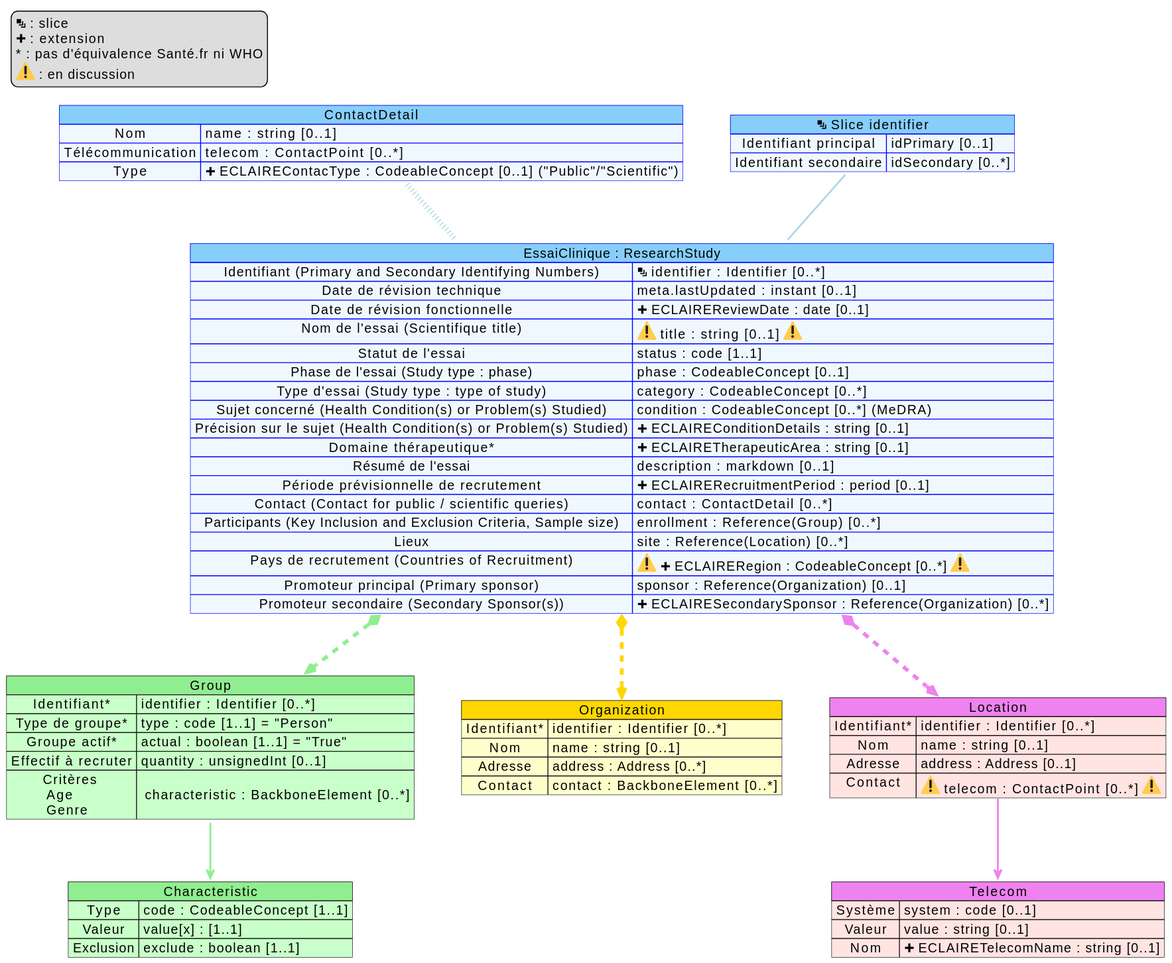
Before: out/input/images-source/mapping/mappingResearchStudy.svg, a diagram exported from PlantUML (ansforge/essais-cliniques). The source it was exported from:
```plantuml
@startuml
map "ContactDetail" as Contact #back:AliceBlue;header:LightSkyBlue;line:blue {
    Nom => name :  string [0..1]
    Télécommunication => telecom :  ContactPoint [0..*]
    Type => <&plus> ECLAIREContacType :  CodeableConcept [0..1] ("Public"/"Scientific")
}

map "<&layers> Slice identifier" as slice_identifier #back:AliceBlue;header:LightSkyBlue;line:blue {
    Identifiant principal => idPrimary [0..1]
    Identifiant secondaire => idSecondary [0..*]
}

map "Group" as Group #back:TECHNOLOGY;header:LightGreen {
    Identifiant* => identifier : Identifier [0..*]
    Type de groupe* => type : code [1..1] = "Person"
    Groupe actif* => actual : boolean [1..1] = "True"
    Effectif à recruter => quantity : unsignedInt [0..1]
    Critères \n Age \n Genre => \n characteristic : BackboneElement [0..*]
}

map "Characteristic" as Characteristic #back:TECHNOLOGY;header:LightGreen {
    Type  => code : CodeableConcept [1..1]
    Valeur => value[x] : [1..1]
    Exclusion => exclude : boolean [1..1]
}

map "Organization" as Organization #back:BUSINESS;header:Gold {
    Identifiant* => identifier : Identifier [0..*]
    Nom => name : string [0..1]
    Adresse => address : Address [0..*]
    Contact => contact : BackboneElement [0..*]
}

map "Location" as Location #back:MistyRose;header:Violet {
    Identifiant* => identifier : Identifier [0..*]
    Nom => name : string [0..1]
    Adresse => address : Address [0..1]
    Contact => <:warning:> telecom : ContactPoint [0..*] <:warning:>
}

map "Telecom" as Telecom #back:MistyRose;header:Violet {
    Système  => system : code [0..1]
    Valeur => value : string [0..1]
    Nom => <&plus> ECLAIRETelecomName : string [0..1]
}

map "EssaiClinique : ResearchStudy" as RS #back:AliceBlue;header:LightSkyBlue;line:blue {
    Identifiant (Primary and Secondary Identifying Numbers) => <&layers> identifier : Identifier [0..*]
    Date de révision technique => meta.lastUpdated : instant [0..1]
    Date de révision fonctionnelle => <&plus> ECLAIREReviewDate : date [0..1]
    Nom de l'essai (Scientifique title) => <:warning:> title : string [0..1] <:warning:>
    Statut de l'essai => status : code [1..1]
    Phase de l'essai (Study type : phase) => phase : CodeableConcept [0..1]
    Type d'essai (Study type : type of study) => category : CodeableConcept [0..*]
    Sujet concerné (Health Condition(s) or Problem(s) Studied) => condition : CodeableConcept [0..*] (MeDRA)
    Précision sur le sujet (Health Condition(s)  or  Problem(s) Studied) => <&plus> ECLAIREConditionDetails : string [0..1]
    Domaine thérapeutique* => <&plus> ECLAIRETherapeuticArea : string [0..1]
    Résumé de l'essai => description : markdown [0..1]
    Période prévisionnelle de recrutement => <&plus> ECLAIRERecruitmentPeriod : period [0..1]
    Contact (Contact for public / scientific queries) => contact : ContactDetail [0..*]
    Participants (Key Inclusion and Exclusion Criteria, Sample size) => enrollment : Reference(Group) [0..*]
    Lieux => site : Reference(Location) [0..*]
    Pays de recrutement (Countries of Recruitment) => <:warning:> <&plus> ECLAIRERegion : CodeableConcept [0..*] <:warning:>
    Promoteur principal (Primary sponsor) => sponsor : Reference(Organization) [0..1]
    Promoteur secondaire (Secondary Sponsor(s)) => <&plus> ECLAIRESecondarySponsor  : Reference(Organization) [0..*]
}


RS *-[#Violet,dashed,thickness=4]-> Location
RS *-[#LightGreen,dashed,thickness=4]-> Group
RS *-[#Gold,dashed,thickness=4]-> Organization

slice_identifier --[#lightBlue,thickness=2] RS::Identifant
Contact --[#lightBlue,dotted,thickness=6] RS::Contact

Group -[hidden] Organization

Group::Critères --[#LightGreen,thickness=2]> Characteristic
Location::Contact --[#Violet,thickness=2]> Telecom


legend top left
  <&layers> : slice
  <&plus> : extension
  ~* : pas d'équivalence Santé.fr ni WHO
  <:warning:> : en discussion
endlegend
@enduml
```
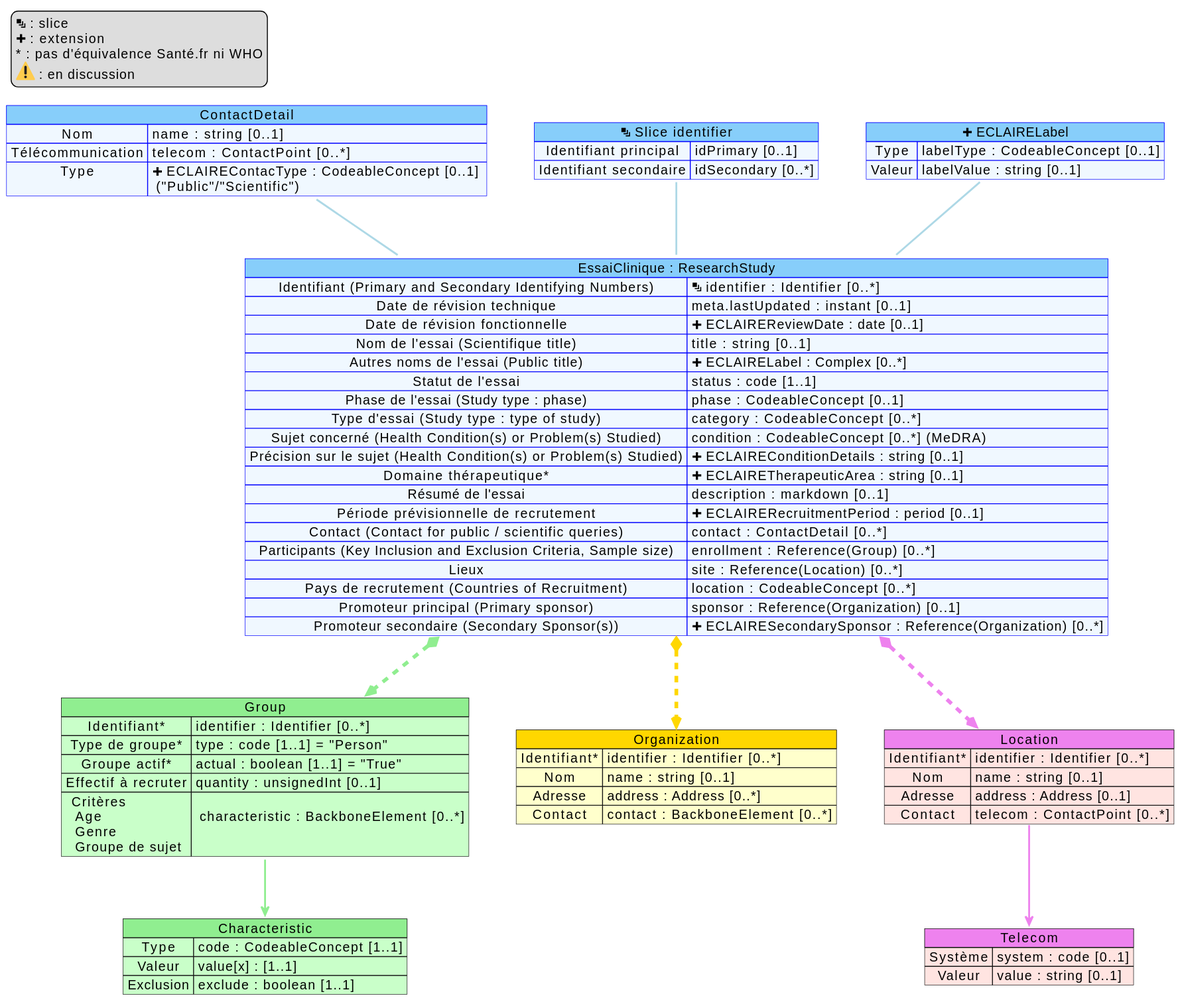
The same diagram one commit later.

Commit message:
Maj mapping

What changed in the source:
```diff
@@ -2,7 +2,7 @@
 map "ContactDetail" as Contact #back:AliceBlue;header:LightSkyBlue;line:blue {
     Nom => name :  string [0..1]
     Télécommunication => telecom :  ContactPoint [0..*]
-    Type => <&plus> ECLAIREContacType :  CodeableConcept [0..1] ("Public"/"Scientific")
+    Type => <&plus> ECLAIREContacType :  CodeableConcept [0..1] \n ("Public"/"Scientific")
 }
 
 map "<&layers> Slice identifier" as slice_identifier #back:AliceBlue;header:LightSkyBlue;line:blue {
@@ -10,12 +10,17 @@
     Identifiant secondaire => idSecondary [0..*]
 }
 
+map "<&plus> ECLAIRELabel" as label #back:AliceBlue;header:LightSkyBlue;line:blue {
+    Type => labelType : CodeableConcept [0..1]
+    Valeur => labelValue : string [0..1]
+}
+
 map "Group" as Group #back:TECHNOLOGY;header:LightGreen {
     Identifiant* => identifier : Identifier [0..*]
     Type de groupe* => type : code [1..1] = "Person"
     Groupe actif* => actual : boolean [1..1] = "True"
     Effectif à recruter => quantity : unsignedInt [0..1]
-    Critères \n Age \n Genre => \n characteristic : BackboneElement [0..*]
+    Critères \n Age \n Genre \n Groupe de sujet => \n characteristic : BackboneElement [0..*]
 }
 
 map "Characteristic" as Characteristic #back:TECHNOLOGY;header:LightGreen {
@@ -35,20 +40,20 @@
     Identifiant* => identifier : Identifier [0..*]
     Nom => name : string [0..1]
     Adresse => address : Address [0..1]
-    Contact => <:warning:> telecom : ContactPoint [0..*] <:warning:>
+    Contact => telecom : ContactPoint [0..*]
 }
 
 map "Telecom" as Telecom #back:MistyRose;header:Violet {
     Système  => system : code [0..1]
     Valeur => value : string [0..1]
-    Nom => <&plus> ECLAIRETelecomName : string [0..1]
 }
 
 map "EssaiClinique : ResearchStudy" as RS #back:AliceBlue;header:LightSkyBlue;line:blue {
     Identifiant (Primary and Secondary Identifying Numbers) => <&layers> identifier : Identifier [0..*]
     Date de révision technique => meta.lastUpdated : instant [0..1]
     Date de révision fonctionnelle => <&plus> ECLAIREReviewDate : date [0..1]
-    Nom de l'essai (Scientifique title) => <:warning:> title : string [0..1] <:warning:>
+    Nom de l'essai (Scientifique title) => title : string [0..1]
+    Autres noms de l'essai (Public title) => <&plus> ECLAIRELabel : Complex [0..*]
     Statut de l'essai => status : code [1..1]
     Phase de l'essai (Study type : phase) => phase : CodeableConcept [0..1]
     Type d'essai (Study type : type of study) => category : CodeableConcept [0..*]
@@ -60,7 +65,7 @@
     Contact (Contact for public / scientific queries) => contact : ContactDetail [0..*]
     Participants (Key Inclusion and Exclusion Criteria, Sample size) => enrollment : Reference(Group) [0..*]
     Lieux => site : Reference(Location) [0..*]
-    Pays de recrutement (Countries of Recruitment) => <:warning:> <&plus> ECLAIRERegion : CodeableConcept [0..*] <:warning:>
+    Pays de recrutement (Countries of Recruitment) => location : CodeableConcept [0..*]
     Promoteur principal (Primary sponsor) => sponsor : Reference(Organization) [0..1]
     Promoteur secondaire (Secondary Sponsor(s)) => <&plus> ECLAIRESecondarySponsor  : Reference(Organization) [0..*]
 }
@@ -70,8 +75,9 @@
 RS *-[#LightGreen,dashed,thickness=4]-> Group
 RS *-[#Gold,dashed,thickness=4]-> Organization
 
-slice_identifier --[#lightBlue,thickness=2] RS::Identifant
-Contact --[#lightBlue,dotted,thickness=6] RS::Contact
+slice_identifier --[#lightBlue,thickness=2] RS
+Contact --[#lightBlue,thickness=2] RS
+label --[#lightBlue,thickness=2] RS
 
 Group -[hidden] Organization
 
```
